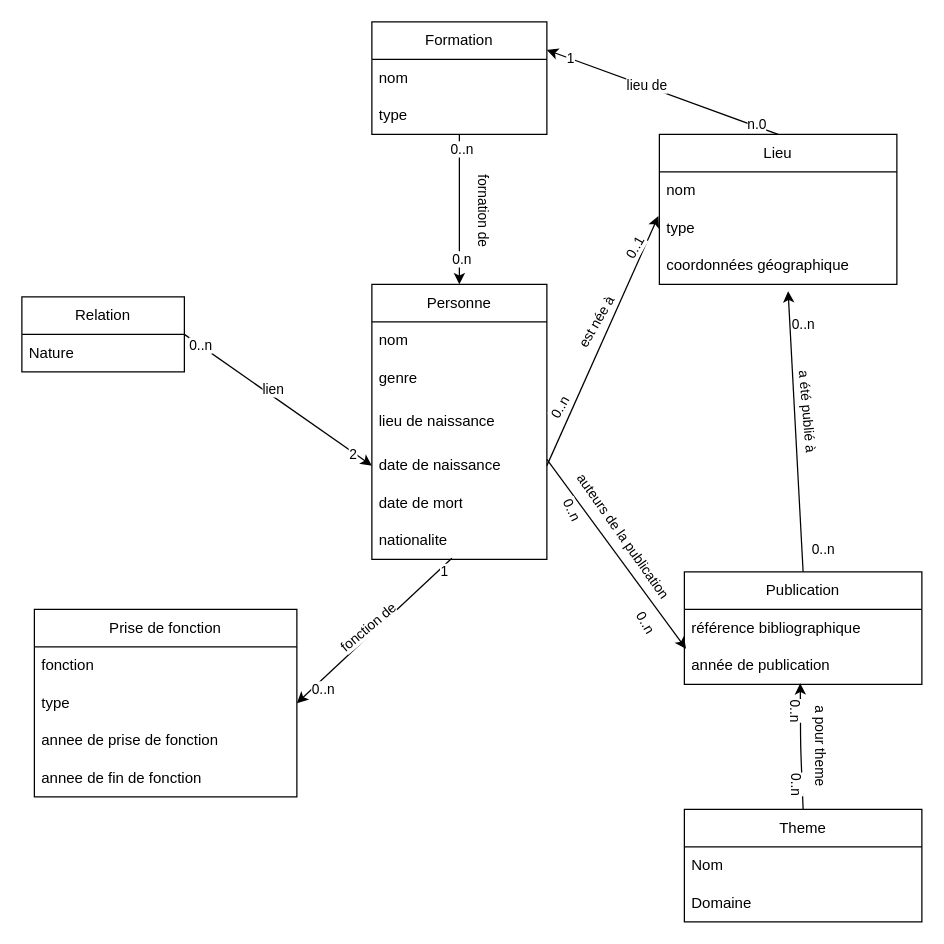
The draw.io diagram archivist.drawio in mroylem/archivist, before the edit. Source tidied: cells renumbered, new cells numbered last; positions are measured from the earlier drawing's top-left corner, leaving out a move shared by most shapes. Both pictures are drawn from the tidied source at 125%, with x=0, y=0 at pixel (21, 21).
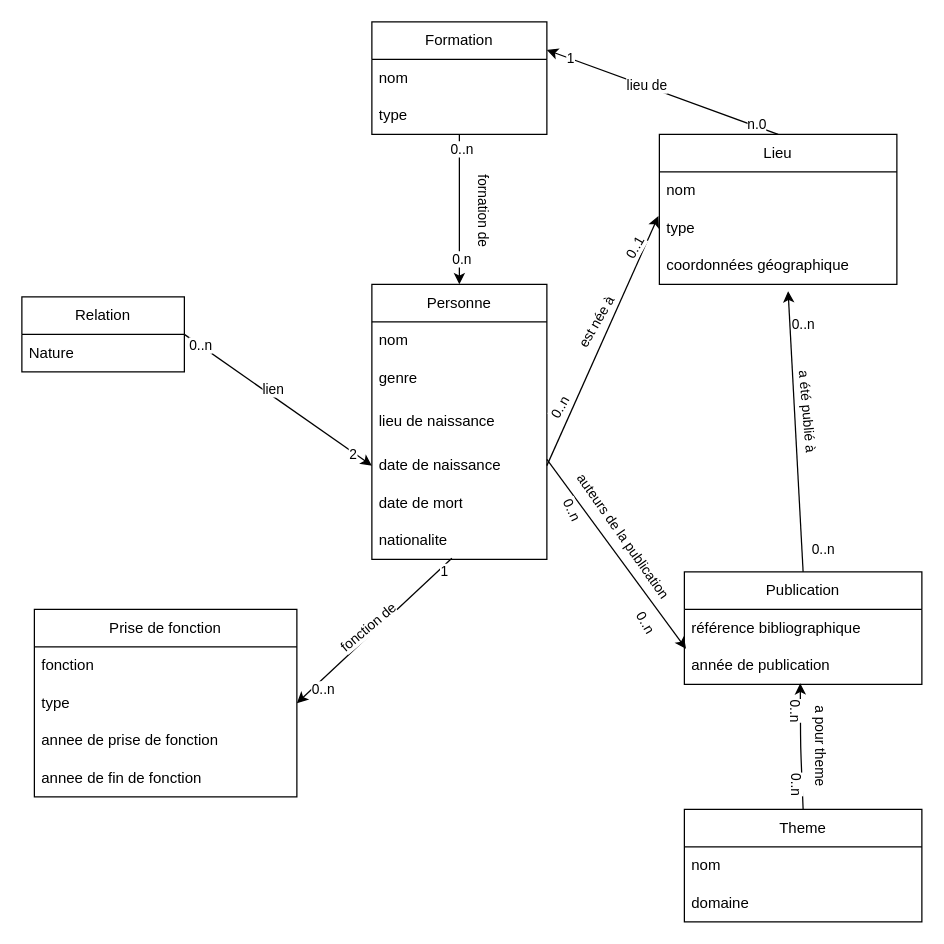
Above is the later version.

Unchanged cells that the change refers to:
```xml
<mxCell id="58" value="Theme" style="swimlane;fontStyle=0;horizontal=1;startSize=30;whiteSpace=wrap;html=1;" parent="1" vertex="1">
  <mxGeometry x="530" y="630" width="190" height="90" as="geometry" />
</mxCell>
```

The edit, as a diff of the source:
```diff
@@
-    <mxCell id="59" value="Nom" style="text;strokeColor=none;fillColor=none;align=left;verticalAlign=middle;spacingLeft=4;spacingRight=4;overflow=hidden;whiteSpace=wrap;html=1;" parent="58" vertex="1">
+    <mxCell id="59" value="nom" style="text;strokeColor=none;fillColor=none;align=left;verticalAlign=middle;spacingLeft=4;spacingRight=4;overflow=hidden;whiteSpace=wrap;html=1;" parent="58" vertex="1">
       <mxGeometry y="30" width="190" height="30" as="geometry" />
     </mxCell>
-    <mxCell id="60" value="Domaine" style="text;strokeColor=none;fillColor=none;align=left;verticalAlign=middle;spacingLeft=4;spacingRight=4;overflow=hidden;whiteSpace=wrap;html=1;" parent="58" vertex="1">
+    <mxCell id="60" value="domaine" style="text;strokeColor=none;fillColor=none;align=left;verticalAlign=middle;spacingLeft=4;spacingRight=4;overflow=hidden;whiteSpace=wrap;html=1;" parent="58" vertex="1">
       <mxGeometry y="60" width="190" height="30" as="geometry" />
     </mxCell>
```
